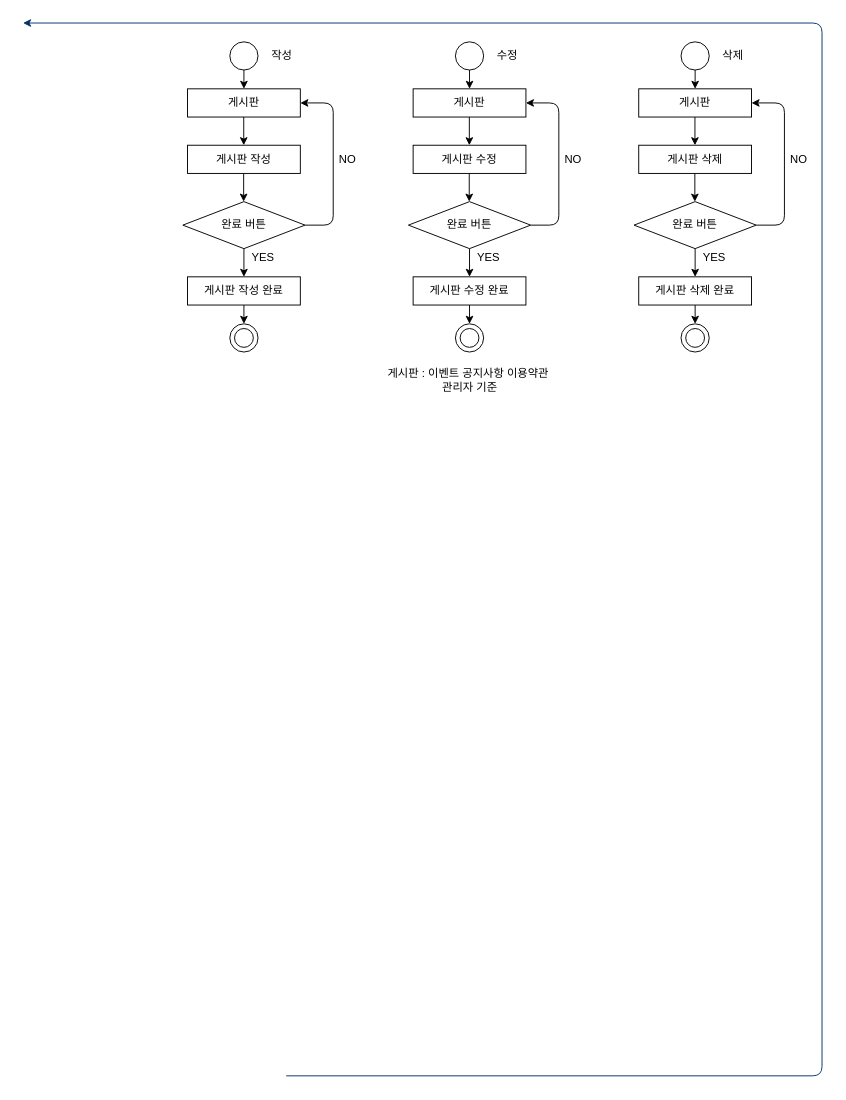
The draw.io diagram 네비게이션 흐름도/이벤트 공지사항 이용약관.drawio in snowskyblue/-, before the edit. Source tidied: cells renumbered, new cells numbered last; positions are measured from the earlier drawing's top-left corner, leaving out a move shared by most shapes. Both pictures are drawn from the tidied source at 94%, with x=0, y=0 at pixel (23, 23).
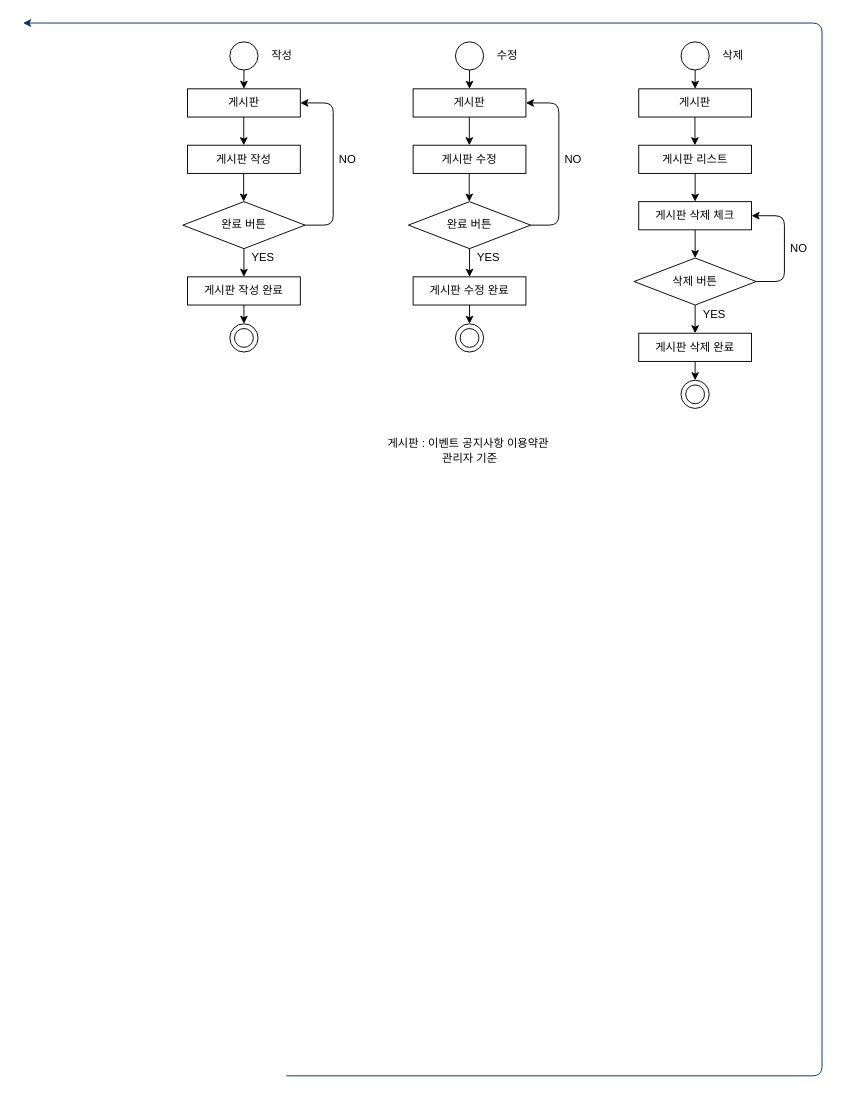
The same page after the edit.

Unchanged cells that the change refers to:
```xml
<mxCell id="43" value="게시판" style="rounded=0;whiteSpace=wrap;html=1;" parent="1" vertex="1">
  <mxGeometry x="655" y="70" width="120" height="30" as="geometry" />
</mxCell>
```

The edit, as a diff of the source:
```diff
@@
     <mxCell id="3" value="게시판 : 이벤트 공지사항 이용약관&amp;nbsp;&lt;br&gt;관리자 기준" style="text;html=1;align=center;verticalAlign=middle;fillColor=none;strokeColor=none;rounded=0;" parent="1" vertex="1">
-      <mxGeometry x="375" y="365" width="200" height="30" as="geometry" />
+      <mxGeometry x="375" y="440" width="200" height="30" as="geometry" />
     </mxCell>
@@
-    <mxCell id="38" value="게시판 삭제" style="rounded=0;whiteSpace=wrap;html=1;" parent="1" vertex="1">
+    <mxCell id="38" value="게시판 리스트" style="rounded=0;whiteSpace=wrap;html=1;" parent="1" vertex="1">
       <mxGeometry x="655" y="130" width="120" height="30" as="geometry" />
     </mxCell>
-    <mxCell id="39" value="완료 버튼" style="rhombus;whiteSpace=wrap;html=1;" parent="1" vertex="1">
-      <mxGeometry x="650" y="190" width="130" height="50" as="geometry" />
+    <mxCell id="39" value="삭제 버튼" style="rhombus;whiteSpace=wrap;html=1;" parent="1" vertex="1">
+      <mxGeometry x="650" y="250" width="130" height="50" as="geometry" />
     </mxCell>
@@
     <mxCell id="41" style="endArrow=classic;html=1;exitX=0.5;exitY=1;exitDx=0;exitDy=0;" parent="1" edge="1">
       <mxGeometry relative="1" as="geometry">
-        <mxPoint x="714.7" y="160" as="sourcePoint" />
-        <mxPoint x="714.7" y="190" as="targetPoint" />
+        <mxPoint x="715" y="220" as="sourcePoint" />
+        <mxPoint x="715" y="250" as="targetPoint" />
       </mxGeometry>
     </mxCell>
     <mxCell id="42" value="YES" style="text;html=1;align=center;verticalAlign=middle;fillColor=none;strokeColor=none;rounded=0;" parent="1" vertex="1">
-      <mxGeometry x="715" y="240" width="40" height="20" as="geometry" />
+      <mxGeometry x="715" y="300" width="40" height="20" as="geometry" />
     </mxCell>
@@
     <mxCell id="44" style="edgeStyle=orthogonalEdgeStyle;rounded=0;orthogonalLoop=1;jettySize=auto;html=1;exitX=0.5;exitY=1;exitDx=0;exitDy=0;" parent="1" edge="1">
       <mxGeometry relative="1" as="geometry">
-        <mxPoint x="715" y="300" as="sourcePoint" />
-        <mxPoint x="715" y="320" as="targetPoint" />
+        <mxPoint x="715" y="360" as="sourcePoint" />
+        <mxPoint x="715" y="380" as="targetPoint" />
       </mxGeometry>
     </mxCell>
     <mxCell id="45" style="ellipse;whiteSpace=wrap;html=1;" parent="1" vertex="1">
-      <mxGeometry x="700" y="320" width="30" height="30" as="geometry" />
+      <mxGeometry x="700" y="380" width="30" height="30" as="geometry" />
     </mxCell>
     <mxCell id="46" style="ellipse;whiteSpace=wrap;html=1;" parent="1" vertex="1">
-      <mxGeometry x="705" y="325" width="20" height="20" as="geometry" />
+      <mxGeometry x="705" y="385" width="20" height="20" as="geometry" />
     </mxCell>
     <mxCell id="47" value="게시판 삭제 완료" style="rounded=0;whiteSpace=wrap;html=1;" parent="1" vertex="1">
-      <mxGeometry x="655" y="270" width="120" height="30" as="geometry" />
+      <mxGeometry x="655" y="330" width="120" height="30" as="geometry" />
     </mxCell>
     <mxCell id="48" style="edgeStyle=orthogonalEdgeStyle;rounded=0;orthogonalLoop=1;jettySize=auto;html=1;" parent="1" edge="1">
       <mxGeometry relative="1" as="geometry">
-        <mxPoint x="715" y="240" as="sourcePoint" />
-        <mxPoint x="715" y="270" as="targetPoint" />
+        <mxPoint x="715" y="300" as="sourcePoint" />
+        <mxPoint x="715" y="330" as="targetPoint" />
       </mxGeometry>
     </mxCell>
-    <mxCell id="49" style="edgeStyle=elbowEdgeStyle;elbow=horizontal;endArrow=classic;html=1;entryX=1;entryY=0.5;entryDx=0;entryDy=0;exitX=1;exitY=0.5;exitDx=0;exitDy=0;" parent="1" edge="1" source="39" target="43">
+    <mxCell id="49" style="edgeStyle=elbowEdgeStyle;elbow=horizontal;endArrow=classic;html=1;entryX=1;entryY=0.5;entryDx=0;entryDy=0;exitX=1;exitY=0.5;exitDx=0;exitDy=0;" parent="1" edge="1" source="39" target="52">
       <mxGeometry relative="1" as="geometry">
         <Array as="points">
           <mxPoint x="810" y="170" />
           <mxPoint x="805" y="199.8" />
           <mxPoint x="825" y="199.8" />
           <mxPoint x="890" y="199.8" />
           <mxPoint x="900" y="179.8" />
         </Array>
       </mxGeometry>
     </mxCell>
     <mxCell id="50" value="NO" style="text;html=1;align=center;verticalAlign=middle;fillColor=none;strokeColor=none;rounded=0;" parent="1" vertex="1">
-      <mxGeometry x="810" y="135" width="30" height="20" as="geometry" />
+      <mxGeometry x="810" y="230" width="30" height="20" as="geometry" />
     </mxCell>
@@
+    <mxCell id="52" value="게시판 삭제 체크" style="rounded=0;whiteSpace=wrap;html=1;" parent="1" vertex="1">
+      <mxGeometry x="655" y="190" width="120" height="30" as="geometry" />
+    </mxCell>
+    <mxCell id="53" style="endArrow=classic;html=1;exitX=0.5;exitY=1;exitDx=0;exitDy=0;" parent="1" edge="1">
+      <mxGeometry relative="1" as="geometry">
+        <mxPoint x="715" y="160" as="sourcePoint" />
+        <mxPoint x="715" y="190" as="targetPoint" />
+      </mxGeometry>
+    </mxCell>
```
